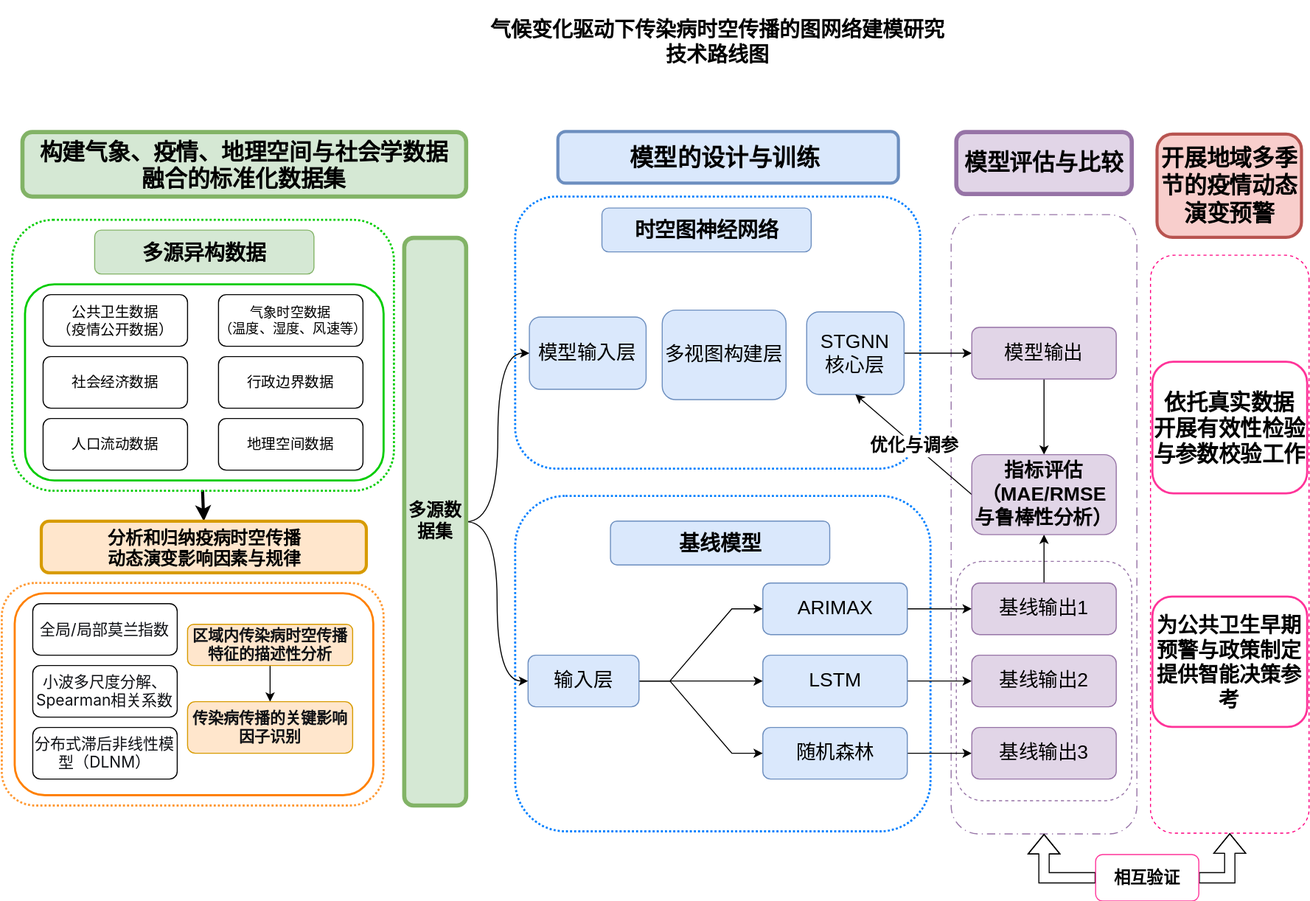
The draw.io diagram 技术路线图.drawio.svg in jyi-hub/DLEP, before a commit. Source tidied: cells renumbered, new cells last; positions are measured from the earlier drawing's top-left corner, leaving out a move shared by most shapes.
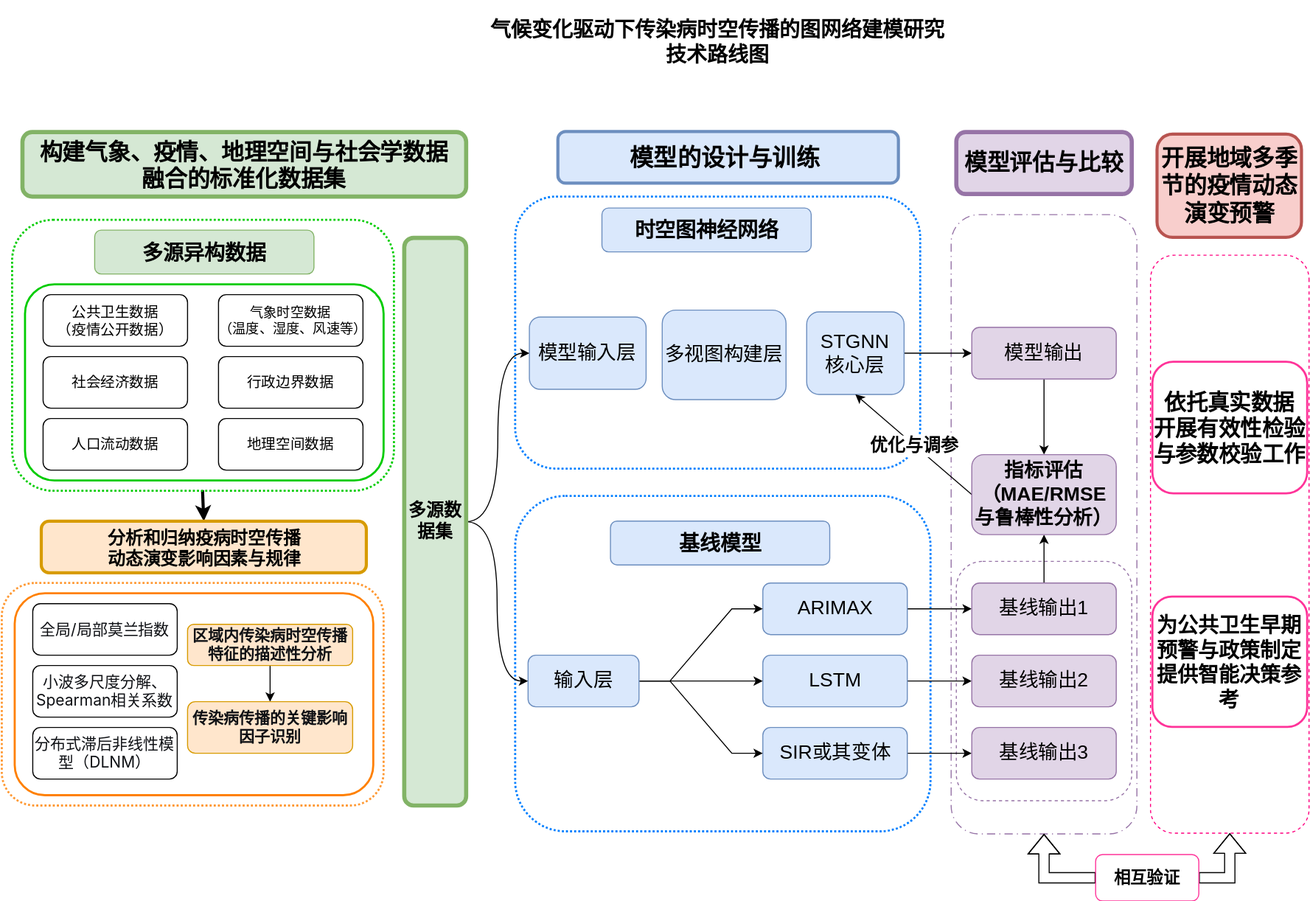
After the commit.

Commit message:
更新技术路线图.drawio.svg

What changed in the source:
```diff
@@ -149,7 +149,7 @@
     <mxCell id="49" style="edgeStyle=orthogonalEdgeStyle;rounded=0;jettySize=auto;html=1;exitX=1;exitY=0.5;exitDx=0;exitDy=0;entryX=0;entryY=0.5;entryDx=0;entryDy=0;fontSize=16;" parent="1" edge="1" source="50" target="66">
       <mxGeometry relative="1" as="geometry" />
     </mxCell>
-    <mxCell id="50" value="随机森林" style="rounded=1;whiteSpace=wrap;html=1;fillColor=#dae8fc;strokeColor=#6c8ebf;fontSize=19;" parent="1" vertex="1">
+    <mxCell id="50" value="SIR或其变体" style="rounded=1;whiteSpace=wrap;html=1;fillColor=#dae8fc;strokeColor=#6c8ebf;fontSize=19;" parent="1" vertex="1">
       <mxGeometry x="737.5" y="704.4" width="140" height="50" as="geometry" />
     </mxCell>
     <mxCell id="51" style="edgeStyle=entityRelationEdgeStyle;rounded=0;jettySize=auto;html=1;exitX=1;exitY=0.5;exitDx=0;exitDy=0;entryX=0;entryY=0.5;entryDx=0;entryDy=0;fontSize=16;" parent="1" edge="1" source="54" target="46">
```
